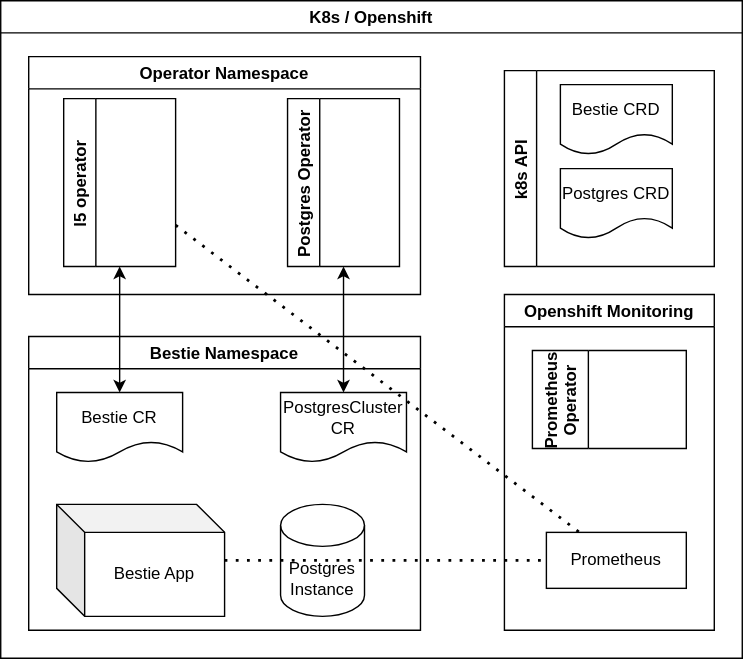
The draw.io diagram docs/hld.svg in opdev/l5-operator-demo, before a commit. Source tidied: cells renumbered, new cells last; positions are measured from the earlier drawing's top-left corner, leaving out a move shared by most shapes.
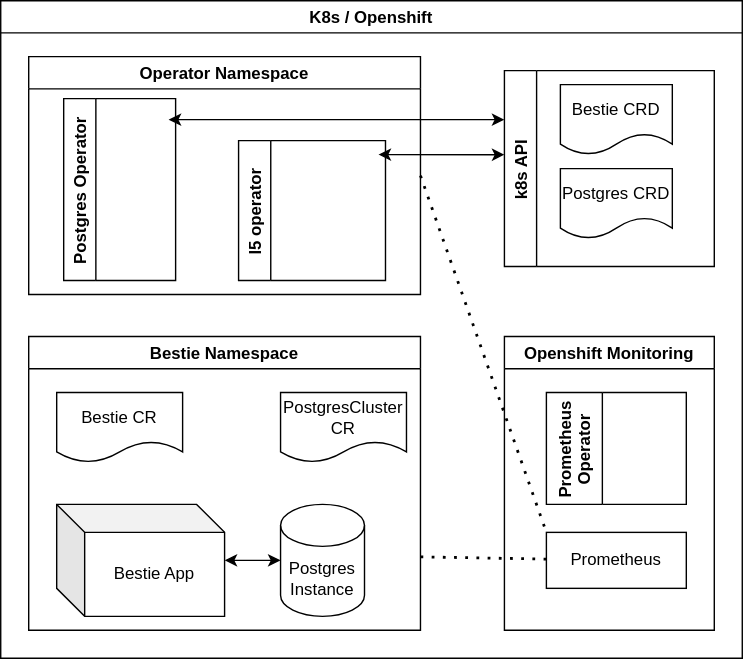
Later version of the same file.

Commit message:
updated hld for better readability

The edit, as a diff of the source:
```diff
@@ -20,34 +20,31 @@
     <mxCell id="7" value="Bestie App" style="shape=cube;whiteSpace=wrap;html=1;boundedLbl=1;backgroundOutline=1;darkOpacity=0.05;darkOpacity2=0.1;" parent="3" vertex="1">
       <mxGeometry x="20" y="120" width="120" height="80" as="geometry" />
     </mxCell>
+    <mxCell id="21" style="endArrow=classic;startArrow=classic;html=1;rounded=0;" parent="3" edge="1" source="7" target="6">
+      <mxGeometry relative="1" as="geometry" />
+    </mxCell>
     <mxCell id="8" value="Operator Namespace" style="swimlane;" parent="2" vertex="1">
       <mxGeometry x="20" y="40" width="280" height="170" as="geometry" />
     </mxCell>
     <mxCell id="9" value="l5 operator" style="swimlane;horizontal=0;" parent="8" vertex="1">
-      <mxGeometry x="25" y="30" width="80" height="120" as="geometry" />
+      <mxGeometry x="150" y="60" width="105" height="100" as="geometry" />
     </mxCell>
     <mxCell id="10" value="Postgres Operator" style="swimlane;horizontal=0;" parent="8" vertex="1">
-      <mxGeometry x="185" y="30" width="80" height="120" as="geometry" />
+      <mxGeometry x="25" y="30" width="80" height="130" as="geometry" />
     </mxCell>
     <mxCell id="11" value="Openshift Monitoring" style="swimlane;" parent="2" vertex="1">
-      <mxGeometry x="360" y="210" width="150" height="240" as="geometry" />
+      <mxGeometry x="360" y="240" width="150" height="210" as="geometry" />
     </mxCell>
     <mxCell id="12" value="Prometheus" style="whiteSpace=wrap;html=1;" parent="11" vertex="1">
-      <mxGeometry x="30" y="170" width="100" height="40" as="geometry" />
+      <mxGeometry x="30" y="140" width="100" height="40" as="geometry" />
     </mxCell>
     <mxCell id="13" value="Prometheus&#10;Operator" style="swimlane;horizontal=0;startSize=40;" parent="11" vertex="1">
-      <mxGeometry x="20" y="40" width="110" height="70" as="geometry" />
+      <mxGeometry x="30" y="40" width="100" height="80" as="geometry" />
     </mxCell>
-    <mxCell id="14" style="endArrow=classic;startArrow=classic;html=1;rounded=0;" parent="2" edge="1" source="4" target="9">
-      <mxGeometry relative="1" as="geometry" />
-    </mxCell>
-    <mxCell id="15" style="endArrow=classic;startArrow=classic;html=1;rounded=0;" parent="2" edge="1" source="5" target="10">
-      <mxGeometry relative="1" as="geometry" />
-    </mxCell>
-    <mxCell id="16" style="endArrow=none;dashed=1;html=1;dashPattern=1 3;strokeWidth=2;rounded=0;" parent="2" edge="1" source="7" target="12">
+    <mxCell id="16" style="endArrow=none;dashed=1;html=1;dashPattern=1 3;strokeWidth=2;rounded=0;exitX=1;exitY=0.75;exitDx=0;exitDy=0;" parent="2" edge="1" source="3" target="12">
       <mxGeometry relative="1" as="geometry" />
     </mxCell>
-    <mxCell id="17" style="endArrow=none;dashed=1;html=1;dashPattern=1 3;strokeWidth=2;rounded=0;" parent="2" edge="1" source="9" target="12">
+    <mxCell id="17" style="endArrow=none;dashed=1;html=1;dashPattern=1 3;strokeWidth=2;rounded=0;exitX=1;exitY=0.5;exitDx=0;exitDy=0;entryX=0;entryY=0;entryDx=0;entryDy=0;" parent="2" edge="1" source="8" target="12">
       <mxGeometry relative="1" as="geometry" />
     </mxCell>
     <mxCell id="18" value="k8s API" style="swimlane;horizontal=0;" parent="2" vertex="1">
@@ -59,5 +56,15 @@
     <mxCell id="20" value="Postgres CRD" style="shape=document;whiteSpace=wrap;html=1;boundedLbl=1;" parent="18" vertex="1">
       <mxGeometry x="40" y="70" width="80" height="50" as="geometry" />
     </mxCell>
+    <mxCell id="22" style="endArrow=classic;startArrow=classic;html=1;rounded=0;entryX=0;entryY=0.25;entryDx=0;entryDy=0;" parent="2" edge="1" target="18">
+      <mxGeometry relative="1" as="geometry">
+        <mxPoint x="120" y="85" as="sourcePoint" />
+      </mxGeometry>
+    </mxCell>
+    <mxCell id="23" style="endArrow=classic;startArrow=classic;html=1;rounded=0;entryX=0;entryY=0.429;entryDx=0;entryDy=0;entryPerimeter=0;" parent="2" edge="1" target="18">
+      <mxGeometry relative="1" as="geometry">
+        <mxPoint x="270" y="110" as="sourcePoint" />
+      </mxGeometry>
+    </mxCell>
   </root>
 </mxGraphModel>
```
